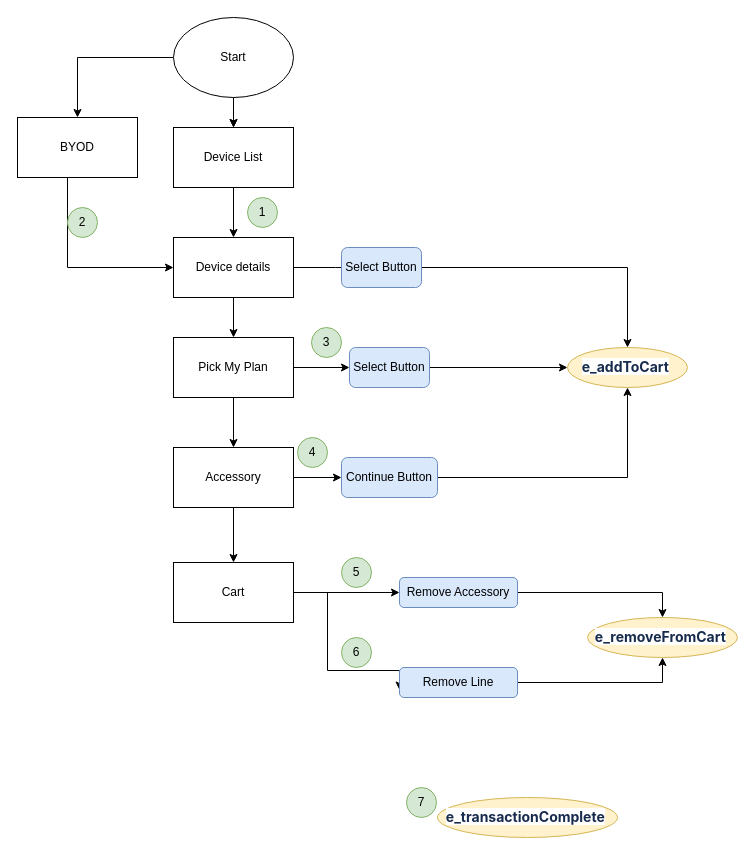
This is USCC-20079.drawio from PratikBali/flowchart, a draw.io file, before an edit. Source tidied: cells renumbered, new cells numbered last; positions are measured from the earlier drawing's top-left corner, leaving out a move shared by most shapes. Both pictures are drawn from the tidied source at 100%, with x=0, y=0 at pixel (17, 17).
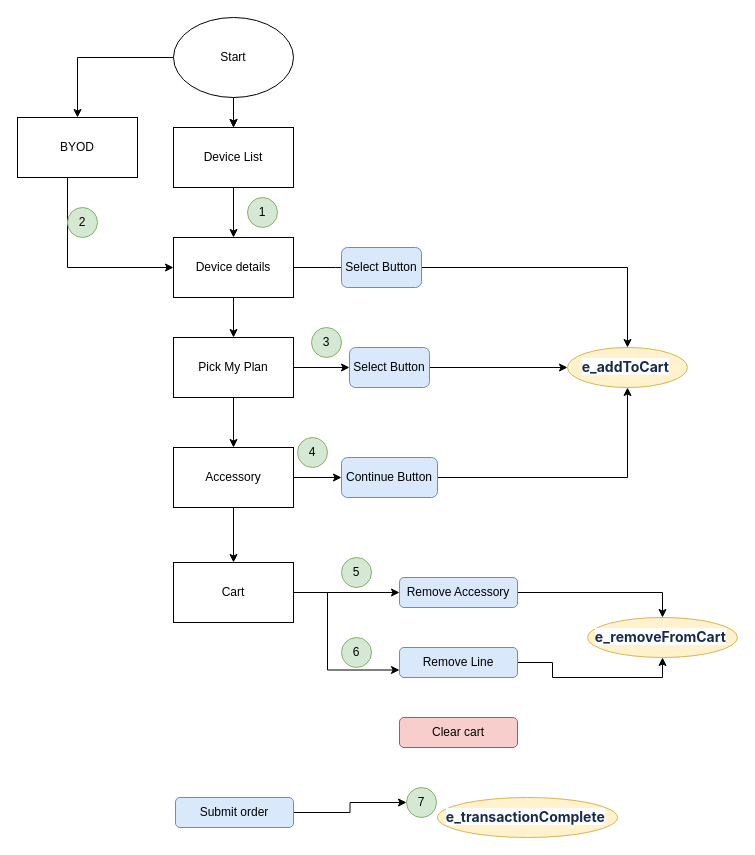
The same diagram, later.

Unchanged cells that the change refers to:
```xml
<mxCell id="41" value="7" style="ellipse;whiteSpace=wrap;html=1;fillColor=#d5e8d4;strokeColor=#82b366;" parent="1" vertex="1">
  <mxGeometry x="389" y="770" width="30" height="30" as="geometry" />
</mxCell>
```

Diff of the diagram source:
```diff
@@
     <mxCell id="38" value="Remove Line" style="whiteSpace=wrap;html=1;rounded=1;fillColor=#dae8fc;strokeColor=#6c8ebf;" parent="1" vertex="1">
-      <mxGeometry x="382" y="650" width="118" height="30" as="geometry" />
+      <mxGeometry x="382" y="630" width="118" height="30" as="geometry" />
     </mxCell>
@@
+    <mxCell id="42" value="Clear cart" style="whiteSpace=wrap;html=1;rounded=1;fillColor=#f8cecc;strokeColor=#b85450;" parent="1" vertex="1">
+      <mxGeometry x="382" y="700" width="118" height="30" as="geometry" />
+    </mxCell>
+    <mxCell id="43" style="edgeStyle=orthogonalEdgeStyle;rounded=0;jettySize=auto;html=1;" parent="1" edge="1" source="44" target="41">
+      <mxGeometry relative="1" as="geometry" />
+    </mxCell>
+    <mxCell id="44" value="Submit order" style="whiteSpace=wrap;html=1;rounded=1;fillColor=#dae8fc;strokeColor=#6c8ebf;" parent="1" vertex="1">
+      <mxGeometry x="158" y="780" width="118" height="30" as="geometry" />
+    </mxCell>
```
